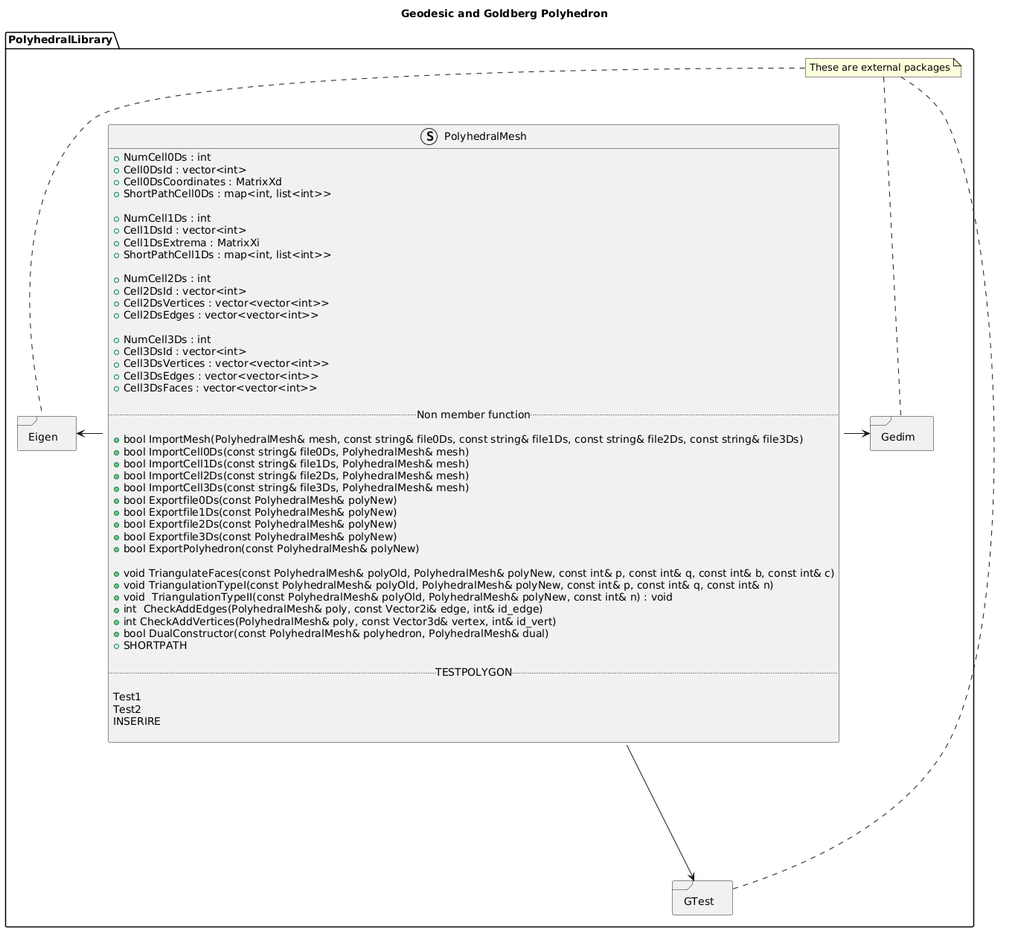
Arianna2953/ProgettoPCS2025 keeps this PlantUML diagram as Documentation/PolyhedralMesh.png. Above is the earlier version. Source of this version:
```plantuml
@startuml
title Geodesic and Goldberg Polyhedron

package PolyhedralLibrary <<Folder>>
{

struct PolyhedralMesh {
  + NumCell0Ds : int
  + Cell0DsId : vector<int>
  + Cell0DsCoordinates : MatrixXd
  + ShortPathCell0Ds : map<int, list<int>>

  + NumCell1Ds : int
  + Cell1DsId : vector<int>
  + Cell1DsExtrema : MatrixXi
  + ShortPathCell1Ds : map<int, list<int>>

  + NumCell2Ds : int
  + Cell2DsId : vector<int>
  + Cell2DsVertices : vector<vector<int>>
  + Cell2DsEdges : vector<vector<int>>

  + NumCell3Ds : int
  + Cell3DsId : vector<int>
  + Cell3DsVertices : vector<vector<int>>
  + Cell3DsEdges : vector<vector<int>>
  + Cell3DsFaces : vector<vector<int>>

.. Non member function ..

    + bool ImportMesh(PolyhedralMesh& mesh, const string& file0Ds, const string& file1Ds, const string& file2Ds, const string& file3Ds)
      + bool ImportCell0Ds(const string& file0Ds, PolyhedralMesh& mesh)
      + bool ImportCell1Ds(const string& file1Ds, PolyhedralMesh& mesh)
      + bool ImportCell2Ds(const string& file2Ds, PolyhedralMesh& mesh)
      + bool ImportCell3Ds(const string& file3Ds, PolyhedralMesh& mesh)
      + bool Exportfile0Ds(const PolyhedralMesh& polyNew)
      + bool Exportfile1Ds(const PolyhedralMesh& polyNew)
      + bool Exportfile2Ds(const PolyhedralMesh& polyNew)
      + bool Exportfile3Ds(const PolyhedralMesh& polyNew)
      + bool ExportPolyhedron(const PolyhedralMesh& polyNew)

    + void TriangulateFaces(const PolyhedralMesh& polyOld, PolyhedralMesh& polyNew, const int& p, const int& q, const int& b, const int& c)
    + void TriangulationTypeI(const PolyhedralMesh& polyOld, PolyhedralMesh& polyNew, const int& p, const int& q, const int& n)
    + void  TriangulationTypeII(const PolyhedralMesh& polyOld, PolyhedralMesh& polyNew, const int& n) : void
    + int  CheckAddEdges(PolyhedralMesh& poly, const Vector2i& edge, int& id_edge)
    + int CheckAddVertices(PolyhedralMesh& poly, const Vector3d& vertex, int& id_vert)
    + bool DualConstructor(const PolyhedralMesh& polyhedron, PolyhedralMesh& dual)
    + SHORTPATH

.. TESTPOLYGON ..

Test1
Test2
INSERIRE

}

package Gedim <<Frame>>
{

}
package GTest <<Frame>>
{

}
package Eigen <<Frame>>
{

}
PolyhedralMesh::Interface --right--> Gedim
PolyhedralMesh::Interface --left--> Eigen
PolyhedralMesh::Interface --down--> GTest


note "These are external packages" as Note
Note .. Gedim
Note .. GTest
Note .. Eigen
@enduml
```
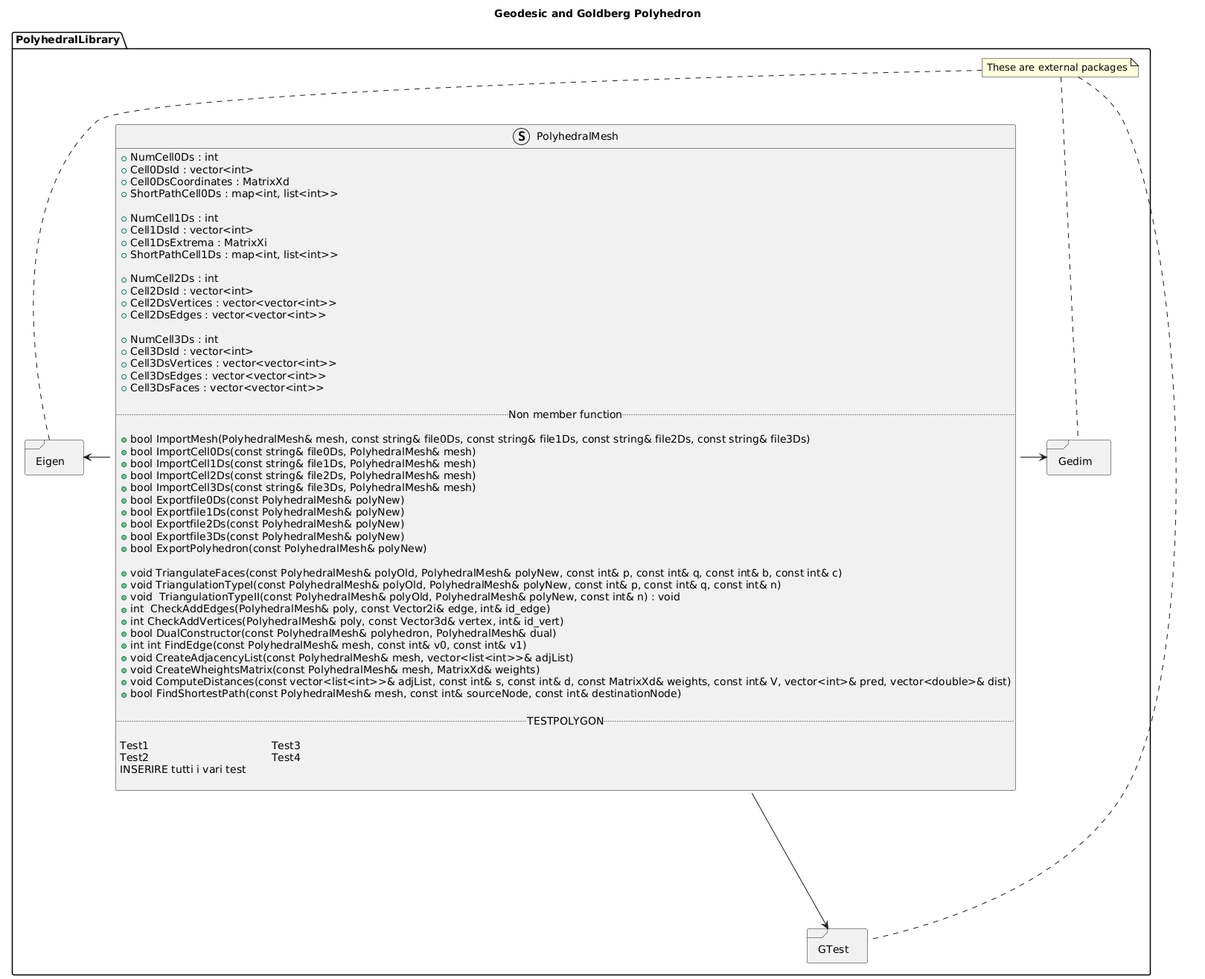
The same diagram one commit later.

Commit message:
modifica per ShortPath

The edit, as a diff of the source:
```diff
@@ -45,13 +45,17 @@
     + int  CheckAddEdges(PolyhedralMesh& poly, const Vector2i& edge, int& id_edge)
     + int CheckAddVertices(PolyhedralMesh& poly, const Vector3d& vertex, int& id_vert)
     + bool DualConstructor(const PolyhedralMesh& polyhedron, PolyhedralMesh& dual)
-    + SHORTPATH
+    + int int FindEdge(const PolyhedralMesh& mesh, const int& v0, const int& v1)
+    + void CreateAdjacencyList(const PolyhedralMesh& mesh, vector<list<int>>& adjList)
+    + void CreateWheightsMatrix(const PolyhedralMesh& mesh, MatrixXd& weights)
+    + void ComputeDistances(const vector<list<int>>& adjList, const int& s, const int& d, const MatrixXd& weights, const int& V, vector<int>& pred, vector<double>& dist)
+    + bool FindShortestPath(const PolyhedralMesh& mesh, const int& sourceNode, const int& destinationNode)
 
 .. TESTPOLYGON ..
 
-Test1
-Test2
-INSERIRE
+Test1                                     Test3
+Test2                                     Test4
+INSERIRE tutti i vari test
 
 }
 
```
